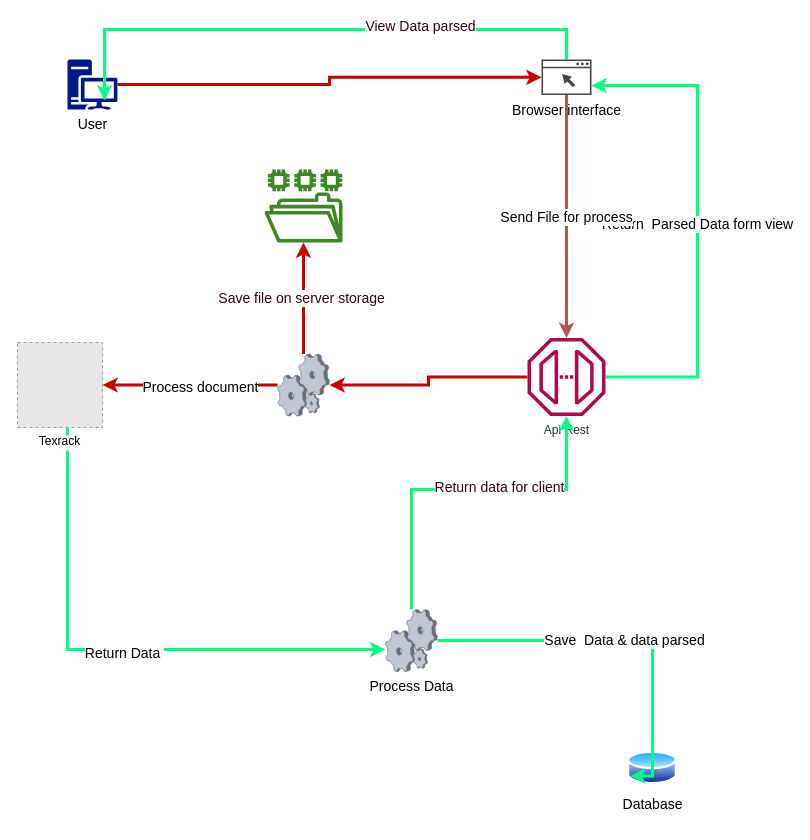
The draw.io diagram Untitled Diagram.drawio in Jorge3033/draw-io-diagrams, before the edit. Source tidied: cells renumbered, new cells numbered last; positions are measured from the earlier drawing's top-left corner, leaving out a move shared by most shapes. Both pictures are drawn from the tidied source at 100%, with x=0, y=0 at pixel (17, 29). Pictures stored in the file or linked from it are replaced by grey dashed boxes.
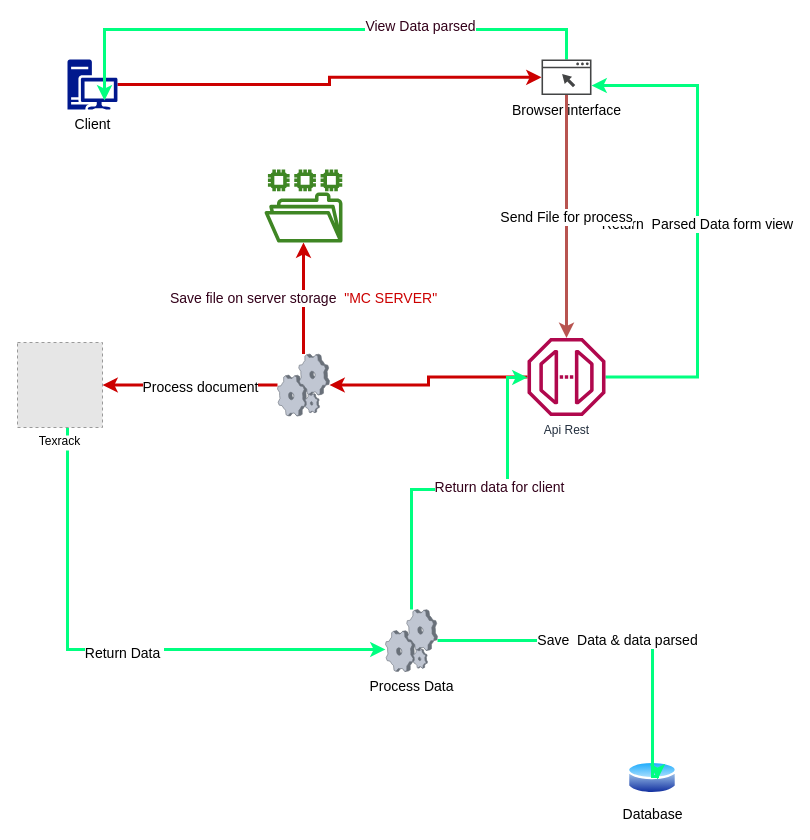
The same page after the edit.

Unchanged cells that the change refers to:
```xml
<mxCell id="6" value="Api Rest&lt;br&gt;" style="sketch=0;outlineConnect=0;fontColor=#232F3E;gradientColor=none;fillColor=#B0084D;strokeColor=none;dashed=0;verticalLabelPosition=bottom;verticalAlign=top;align=center;html=1;fontSize=12;fontStyle=0;shape=mxgraph.aws4.endpoint;" parent="1" vertex="1">
  <mxGeometry x="510" y="308.5" width="78" height="78" as="geometry" />
</mxCell>
<mxCell id="20" value="Process Data" style="verticalLabelPosition=bottom;sketch=0;html=1;verticalAlign=top;strokeColor=none;align=center;outlineConnect=0;shape=mxgraph.citrix.process;fontSize=14;" parent="1" vertex="1">
  <mxGeometry x="368" y="580" width="52" height="62" as="geometry" />
</mxCell>
<mxCell id="22" style="verticalLabelPosition=bottom;sketch=0;html=1;verticalAlign=top;strokeColor=none;align=center;outlineConnect=0;shape=mxgraph.citrix.process;fontSize=14;" parent="1" vertex="1">
  <mxGeometry x="260" y="324.5" width="52" height="62" as="geometry" />
</mxCell>
<mxCell id="23" style="sketch=0;outlineConnect=0;fontColor=#232F3E;gradientColor=none;fillColor=#3F8624;strokeColor=none;dashed=0;verticalLabelPosition=bottom;verticalAlign=top;align=center;html=1;fontSize=12;fontStyle=0;shape=mxgraph.aws4.file_system;" parent="1" vertex="1">
  <mxGeometry x="247" y="140" width="78" height="73" as="geometry" />
</mxCell>
```

What changed in the source:
```diff
@@
-    <mxCell id="11" value="User" style="sketch=0;shadow=0;dashed=0;html=1;strokeColor=none;labelPosition=center;verticalLabelPosition=bottom;verticalAlign=top;align=center;fillColor=#00188D;shape=mxgraph.mscae.enterprise.workstation_client;fontSize=14;" parent="1" vertex="1">
+    <mxCell id="11" value="Client" style="sketch=0;shadow=0;dashed=0;html=1;strokeColor=none;labelPosition=center;verticalLabelPosition=bottom;verticalAlign=top;align=center;fillColor=#00188D;shape=mxgraph.mscae.enterprise.workstation_client;fontSize=14;" parent="1" vertex="1">
       <mxGeometry x="50" y="30" width="50" height="50" as="geometry" />
     </mxCell>
@@
     <mxCell id="16" value="Database" style="perimeter=ellipsePerimeter;html=1;align=center;shadow=0;dashed=0;spacingTop=3;image;image=img/lib/active_directory/database.svg;fontSize=14;" parent="1" vertex="1">
-      <mxGeometry x="610" y="720" width="50" height="37" as="geometry" />
+      <mxGeometry x="610" y="730" width="50" height="37" as="geometry" />
     </mxCell>
-    <mxCell id="17" value="Save&amp;nbsp; Data &amp;amp; data parsed" style="edgeStyle=orthogonalEdgeStyle;rounded=0;jettySize=auto;html=1;entryX=0;entryY=0.75;entryDx=0;entryDy=0;fontSize=14;strokeWidth=3;strokeColor=#00FF80;" parent="1" edge="1" source="20" target="16">
+    <mxCell id="17" value="Save&amp;nbsp; Data &amp;amp; data parsed" style="edgeStyle=orthogonalEdgeStyle;rounded=0;jettySize=auto;html=1;fontSize=14;strokeWidth=3;strokeColor=#00FF80;" parent="1" edge="1" source="20">
       <mxGeometry relative="1" as="geometry">
+        <mxPoint x="640" y="750" as="targetPoint" />
         <Array as="points">
           <mxPoint x="635" y="611" />
           <mxPoint x="635" y="747" />
         </Array>
       </mxGeometry>
     </mxCell>
     <mxCell id="18" style="edgeStyle=orthogonalEdgeStyle;rounded=0;jettySize=auto;html=1;fontSize=14;fontColor=#33001A;strokeColor=#00FF80;strokeWidth=3;" parent="1" edge="1" source="20" target="6">
       <mxGeometry relative="1" as="geometry">
         <Array as="points">
           <mxPoint x="394" y="460" />
-          <mxPoint x="549" y="460" />
+          <mxPoint x="490" y="460" />
+          <mxPoint x="490" y="348" />
         </Array>
       </mxGeometry>
     </mxCell>
@@
-    <mxCell id="21" value="&lt;font color=&quot;#33001a&quot;&gt;Save file on server storage&lt;/font&gt;&amp;nbsp;" style="edgeStyle=orthogonalEdgeStyle;rounded=0;jettySize=auto;html=1;fontSize=14;fontColor=#CC0000;strokeColor=#CC0000;strokeWidth=3;" parent="1" edge="1" source="22" target="23">
+    <mxCell id="21" value="&lt;font color=&quot;#33001a&quot;&gt;Save file on server storage&lt;/font&gt;&amp;nbsp; &quot;MC SERVER&quot;" style="edgeStyle=orthogonalEdgeStyle;rounded=0;jettySize=auto;html=1;fontSize=14;fontColor=#CC0000;strokeColor=#CC0000;strokeWidth=3;" parent="1" edge="1" source="22" target="23">
       <mxGeometry relative="1" as="geometry" />
     </mxCell>
```
